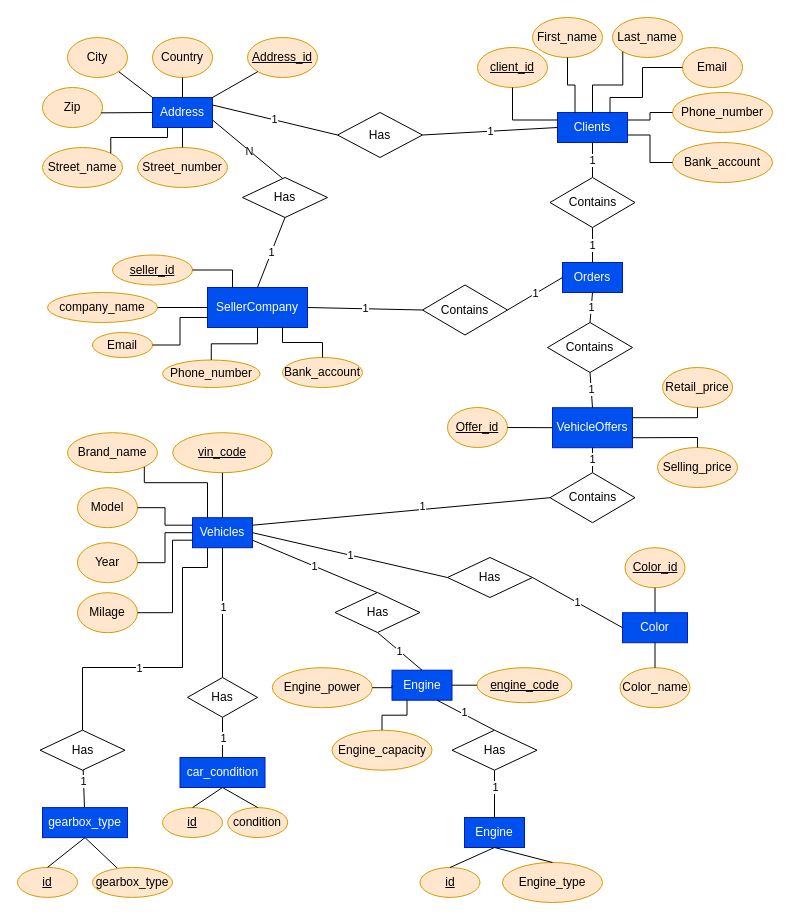
Above: Chen notation.drawio in kstekels/Car-Marketplace (draw.io), before the change. Source tidied: cells renumbered, new cells numbered last; positions are measured from the earlier drawing's top-left corner, leaving out a move shared by most shapes. Both pictures are drawn from the tidied source at 100%, with x=0, y=0 at pixel (17, 17).
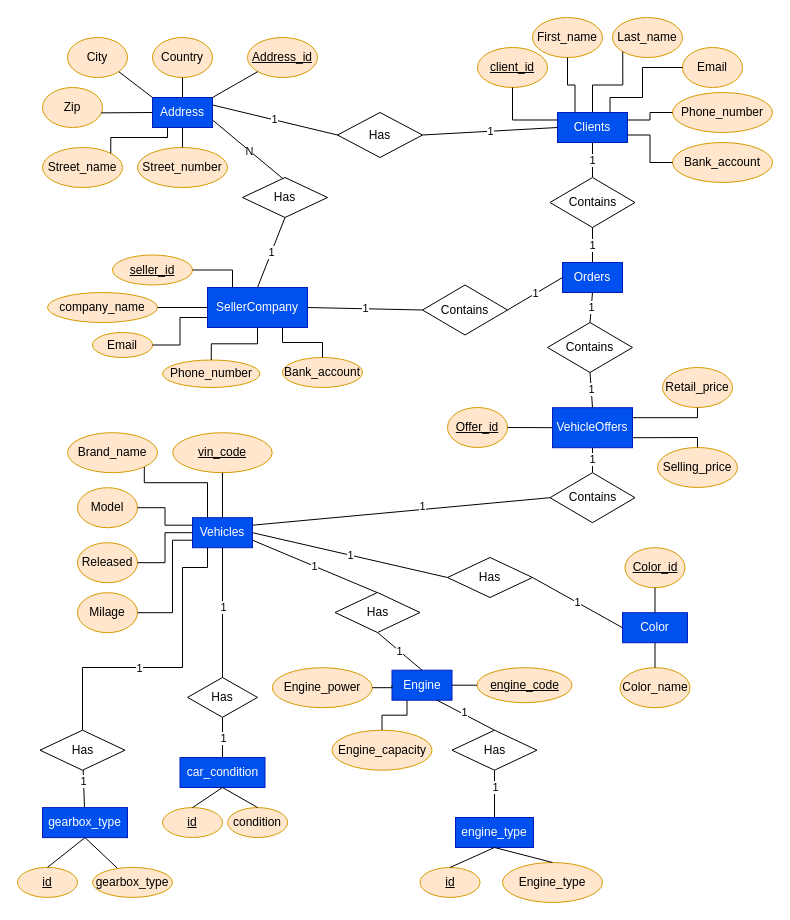
The same diagram, later.

Diff of the diagram source:
```diff
@@
-    <mxCell id="43" value="Year" style="ellipse;whiteSpace=wrap;html=1;fillColor=#ffe6cc;strokeColor=#d79b00;" parent="1" vertex="1">
+    <mxCell id="43" value="Released" style="ellipse;whiteSpace=wrap;html=1;fillColor=#ffe6cc;strokeColor=#d79b00;" parent="1" vertex="1">
       <mxGeometry x="60" y="525.2" width="60" height="40" as="geometry" />
     </mxCell>
@@
-    <mxCell id="121" value="Engine" style="rounded=0;whiteSpace=wrap;html=1;fillColor=#0050ef;fontColor=#ffffff;strokeColor=#001DBC;" parent="1" vertex="1">
-      <mxGeometry x="447" y="800" width="60" height="30" as="geometry" />
+    <mxCell id="121" value="engine_type" style="rounded=0;whiteSpace=wrap;html=1;fillColor=#0050ef;fontColor=#ffffff;strokeColor=#001DBC;" parent="1" vertex="1">
+      <mxGeometry x="438" y="800" width="78" height="30" as="geometry" />
     </mxCell>
```
